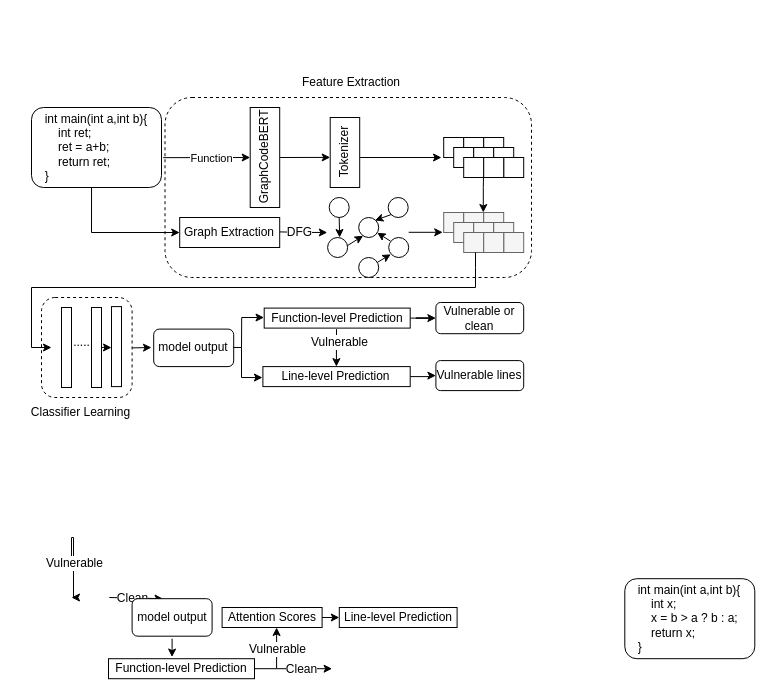
Adam-01/diagrams keeps this draw.io diagram as Untitled Diagram.drawio. Above is the earlier version. Source tidied: cells renumbered, new cells numbered last; positions are measured from the earlier drawing's top-left corner, leaving out a move shared by most shapes. Both pictures are drawn from the tidied source at 100%, with x=0, y=0 at pixel (16, 17).
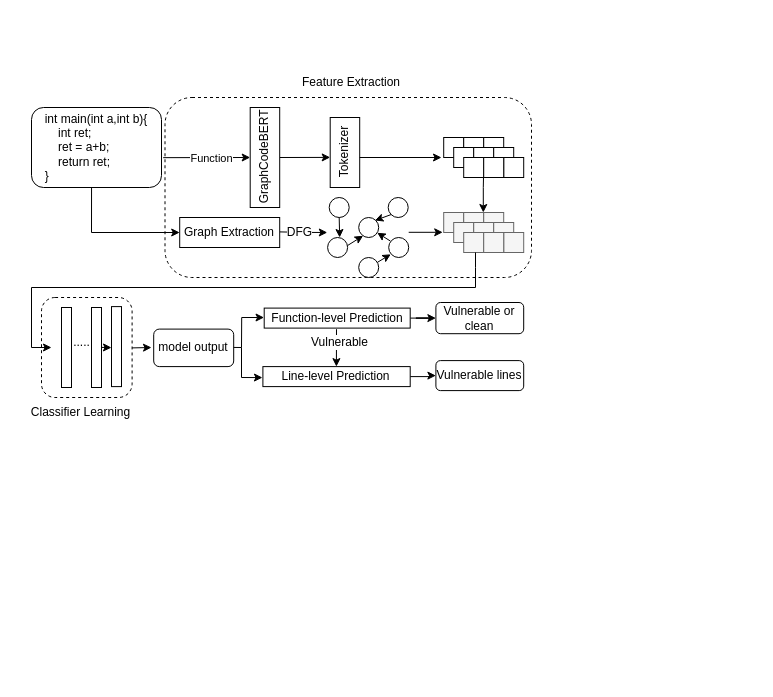
The same page after the edit.

Commit message:
系统架构图.drawio

Change to the diagram source:
```diff
@@
-    <mxCell id="16" value="int main(int a,int b){&lt;br style=&quot;text-align: left;&quot;&gt;&lt;div style=&quot;text-align: left;&quot;&gt;&lt;span style=&quot;background-color: initial;&quot;&gt;&lt;span style=&quot;white-space: pre;&quot;&gt;&amp;nbsp;&amp;nbsp;&amp;nbsp;&amp;nbsp;&lt;/span&gt;&lt;/span&gt;&lt;span style=&quot;background-color: initial; text-align: left;&quot;&gt;int x;&lt;/span&gt;&lt;/div&gt;&lt;span style=&quot;&quot;&gt;&lt;div style=&quot;text-align: left;&quot;&gt;&lt;span style=&quot;background-color: initial;&quot;&gt;&amp;nbsp; &amp;nbsp; x = b &amp;gt; a ? b : a;&lt;/span&gt;&lt;/div&gt;&lt;/span&gt;&lt;div style=&quot;text-align: left;&quot;&gt;&lt;span style=&quot;background-color: initial;&quot;&gt;&lt;span style=&quot;white-space: pre;&quot;&gt;&amp;nbsp;&amp;nbsp;&amp;nbsp;&amp;nbsp;&lt;/span&gt;&lt;/span&gt;&lt;span style=&quot;background-color: initial;&quot;&gt;return x;&lt;/span&gt;&lt;/div&gt;&lt;div style=&quot;text-align: left;&quot;&gt;&lt;span style=&quot;background-color: initial;&quot;&gt;}&lt;/span&gt;&lt;/div&gt;" style="rounded=1;whiteSpace=wrap;html=1;" parent="1" vertex="1">
-      <mxGeometry x="608.3" y="561.2" width="130" height="80" as="geometry" />
-    </mxCell>
@@
-    <mxCell id="58" style="edgeStyle=orthogonalEdgeStyle;rounded=0;orthogonalLoop=1;jettySize=auto;html=1;fontFamily=Helvetica;fontSize=12;fontColor=default;" parent="1" edge="1">
-      <mxGeometry relative="1" as="geometry">
-        <mxPoint x="55" y="551" as="sourcePoint" />
-        <mxPoint x="55" y="580" as="targetPoint" />
-        <Array as="points">
-          <mxPoint x="55" y="520" />
-          <mxPoint x="57" y="520" />
-          <mxPoint x="57" y="580" />
-        </Array>
-      </mxGeometry>
-    </mxCell>
-    <mxCell id="59" value="Vulnerable" style="edgeLabel;html=1;align=center;verticalAlign=middle;fontSize=12;fontFamily=Helvetica;fontColor=default;" parent="58" vertex="1">
-      <mxGeometry x="0.29" relative="1" as="geometry">
-        <mxPoint y="-3" as="offset" />
-      </mxGeometry>
-    </mxCell>
@@
-    <mxCell id="64" style="endArrow=classic;html=1;rounded=0;fontFamily=Helvetica;fontSize=12;fontColor=default;" parent="1" edge="1">
-      <mxGeometry relative="1" as="geometry">
-        <mxPoint x="92.8" y="580" as="sourcePoint" />
-        <mxPoint x="146.5" y="581.2" as="targetPoint" />
-      </mxGeometry>
-    </mxCell>
-    <mxCell id="65" value="Clean" style="edgeLabel;html=1;align=center;verticalAlign=middle;fontSize=12;fontFamily=Helvetica;fontColor=default;" parent="64" vertex="1">
-      <mxGeometry x="-0.32" relative="1" as="geometry">
-        <mxPoint x="5" as="offset" />
-      </mxGeometry>
-    </mxCell>
-    <mxCell id="66" value="model output" style="rounded=1;whiteSpace=wrap;html=1;strokeColor=default;fontFamily=Helvetica;fontSize=12;fontColor=default;fillColor=default;" parent="1" vertex="1">
-      <mxGeometry x="115.6" y="581.2" width="80" height="37.5" as="geometry" />
-    </mxCell>
-    <mxCell id="67" style="edgeStyle=orthogonalEdgeStyle;rounded=0;orthogonalLoop=1;jettySize=auto;html=1;fontFamily=Helvetica;fontSize=12;fontColor=default;" parent="1" edge="1">
-      <mxGeometry relative="1" as="geometry">
-        <mxPoint x="232.5" y="651.2" as="sourcePoint" />
-        <mxPoint x="260.1" y="610" as="targetPoint" />
-        <Array as="points">
-          <mxPoint x="260.1" y="651.2" />
-        </Array>
-      </mxGeometry>
-    </mxCell>
-    <mxCell id="68" value="Vulnerable" style="edgeLabel;html=1;align=center;verticalAlign=middle;fontSize=12;fontFamily=Helvetica;fontColor=default;" parent="67" vertex="1">
-      <mxGeometry x="0.29" relative="1" as="geometry">
-        <mxPoint y="-3" as="offset" />
-      </mxGeometry>
-    </mxCell>
-    <mxCell id="69" value="Function-level Prediction" style="rounded=0;whiteSpace=wrap;html=1;strokeColor=default;fontFamily=Helvetica;fontSize=12;fontColor=default;fillColor=default;" parent="1" vertex="1">
-      <mxGeometry x="92" y="641.2" width="146" height="20" as="geometry" />
-    </mxCell>
-    <mxCell id="70" value="&lt;div&gt;Attention&amp;nbsp;&lt;span style=&quot;background-color: initial;&quot;&gt;Scores&lt;/span&gt;&lt;/div&gt;" style="rounded=0;whiteSpace=wrap;html=1;strokeColor=default;fontFamily=Helvetica;fontSize=12;fontColor=default;fillColor=default;" parent="1" vertex="1">
-      <mxGeometry x="205.6" y="590" width="100" height="20" as="geometry" />
-    </mxCell>
-    <mxCell id="71" value="Line-level Prediction" style="rounded=0;whiteSpace=wrap;html=1;strokeColor=default;fontFamily=Helvetica;fontSize=12;fontColor=default;fillColor=default;" parent="1" vertex="1">
-      <mxGeometry x="322.8" y="590" width="117.8" height="20" as="geometry" />
-    </mxCell>
-    <mxCell id="72" style="endArrow=classic;html=1;rounded=0;fontFamily=Helvetica;fontSize=12;fontColor=default;exitX=1;exitY=0.5;exitDx=0;exitDy=0;entryX=0;entryY=0.5;entryDx=0;entryDy=0;" parent="1" edge="1" source="70" target="71">
-      <mxGeometry relative="1" as="geometry" />
-    </mxCell>
-    <mxCell id="73" style="endArrow=classic;html=1;rounded=0;fontFamily=Helvetica;fontSize=12;fontColor=default;entryX=0.435;entryY=-0.083;entryDx=0;entryDy=0;entryPerimeter=0;" parent="1" edge="1" target="69">
-      <mxGeometry relative="1" as="geometry">
-        <mxPoint x="155.6" y="621.2" as="sourcePoint" />
-        <Array as="points">
-          <mxPoint x="155.6" y="631.2" />
-        </Array>
-      </mxGeometry>
-    </mxCell>
-    <mxCell id="74" style="endArrow=classic;html=1;rounded=0;fontFamily=Helvetica;fontSize=12;fontColor=default;" parent="1" edge="1">
-      <mxGeometry relative="1" as="geometry">
-        <mxPoint x="260.1" y="651.2" as="sourcePoint" />
-        <mxPoint x="315.6" y="651.2" as="targetPoint" />
-      </mxGeometry>
-    </mxCell>
-    <mxCell id="75" value="Clean" style="edgeLabel;html=1;align=center;verticalAlign=middle;fontSize=12;fontFamily=Helvetica;fontColor=default;" parent="74" vertex="1">
-      <mxGeometry x="-0.32" relative="1" as="geometry">
-        <mxPoint x="5" as="offset" />
-      </mxGeometry>
-    </mxCell>
```
